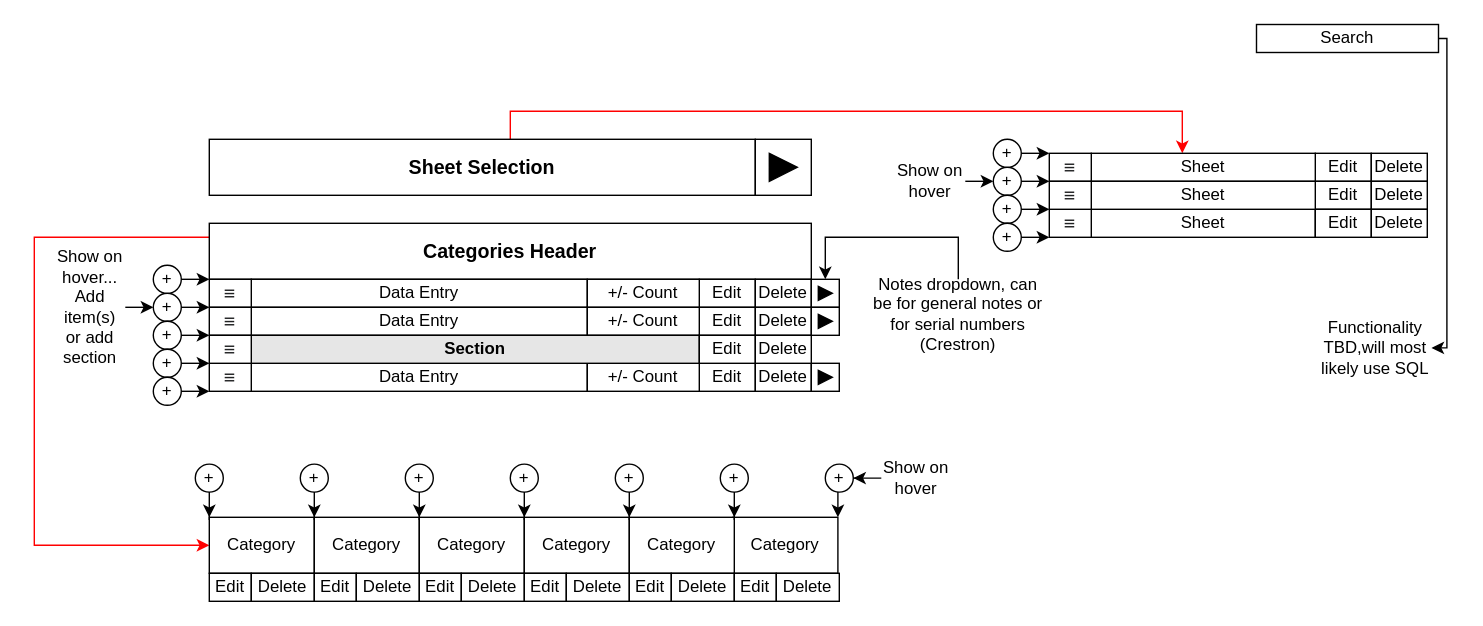
nrose5/Inventory-Project keeps this draw.io diagram as Planning/Data Page Layout.drawio. Above is the earlier version. Source tidied: cells renumbered, new cells numbered last; positions are measured from the earlier drawing's top-left corner, leaving out a move shared by most shapes. Both pictures are drawn from the tidied source at 140%, with x=0, y=0 at pixel (34, 24).
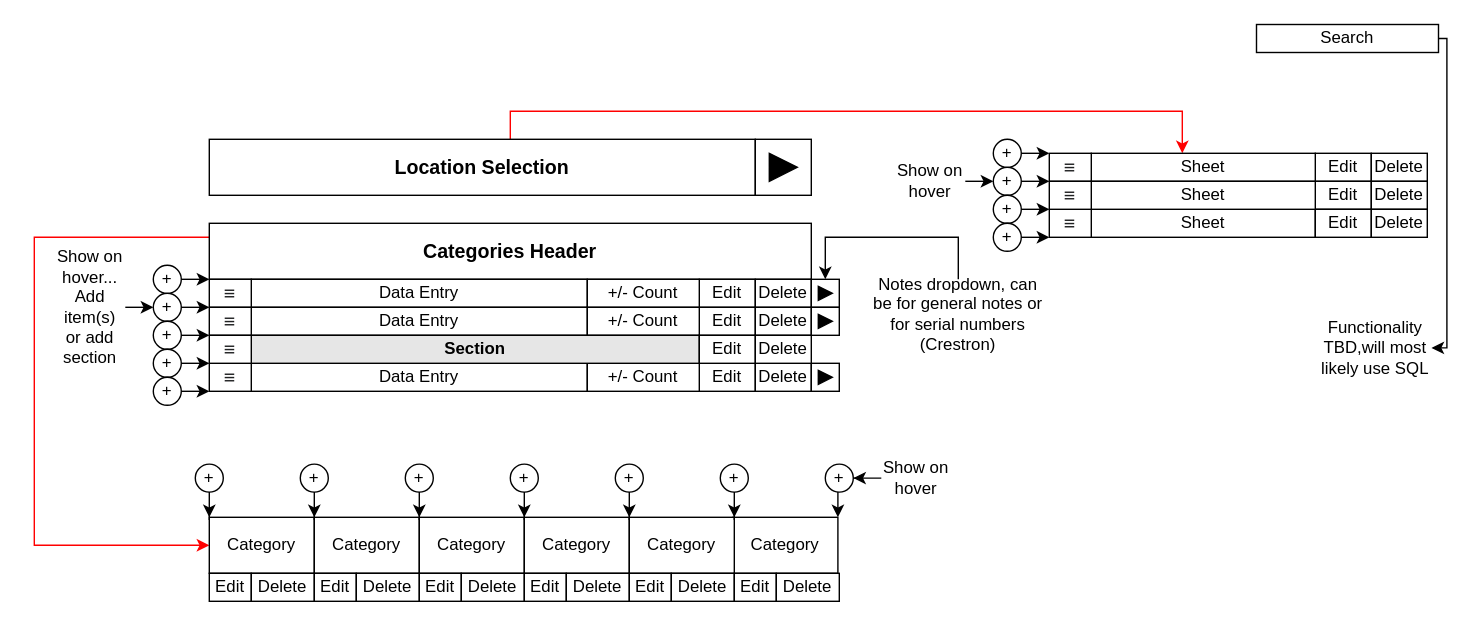
The same page after the edit.

Commit message (it also covers changes not shown here):
Select location dropdown fully functional in a single instance, no mobile support and needs file-reading for a more permanent solution

Diff of the diagram source:
```diff
@@
-    <mxCell id="3" value="Sheet Selection" style="rounded=0;whiteSpace=wrap;html=1;fontSize=14;fontStyle=1;" parent="1" vertex="1">
+    <mxCell id="3" value="Location Selection" style="rounded=0;whiteSpace=wrap;html=1;fontSize=14;fontStyle=1;" parent="1" vertex="1">
       <mxGeometry x="125" y="82" width="390" height="40" as="geometry" />
     </mxCell>
```
